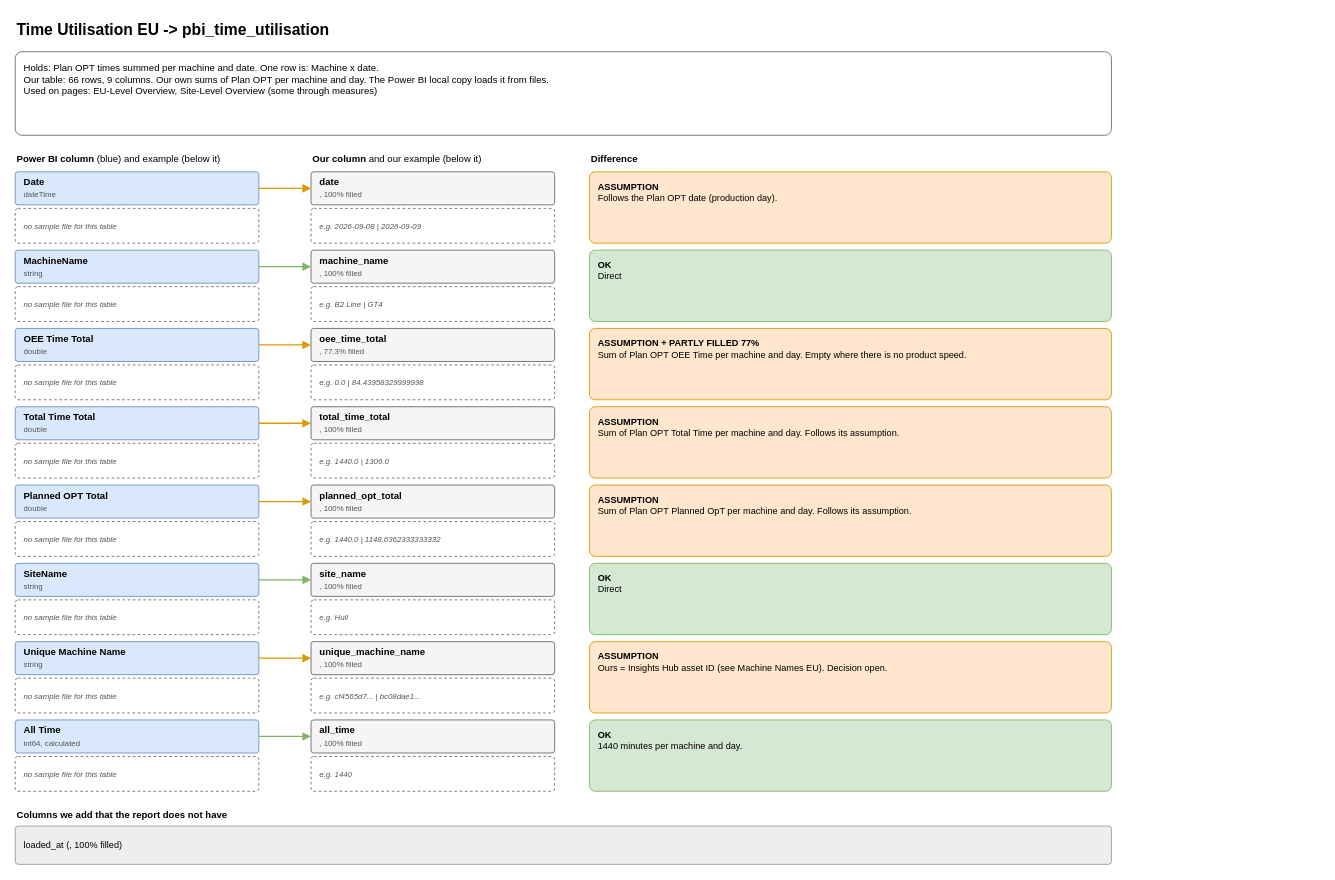
Before: page "4 Time Utilisation EU" (4 of 8) of diagrams/powerbi-data-map.drawio in AbiyyuMufti/SIH-IBMX-R, a draw.io diagram. Source tidied: cells renumbered, new cells numbered last; positions are measured from the earlier drawing's top-left corner, leaving out a move shared by most shapes. Both pictures are drawn from the tidied source at 87%, with x=0, y=0 at pixel (15, 15).
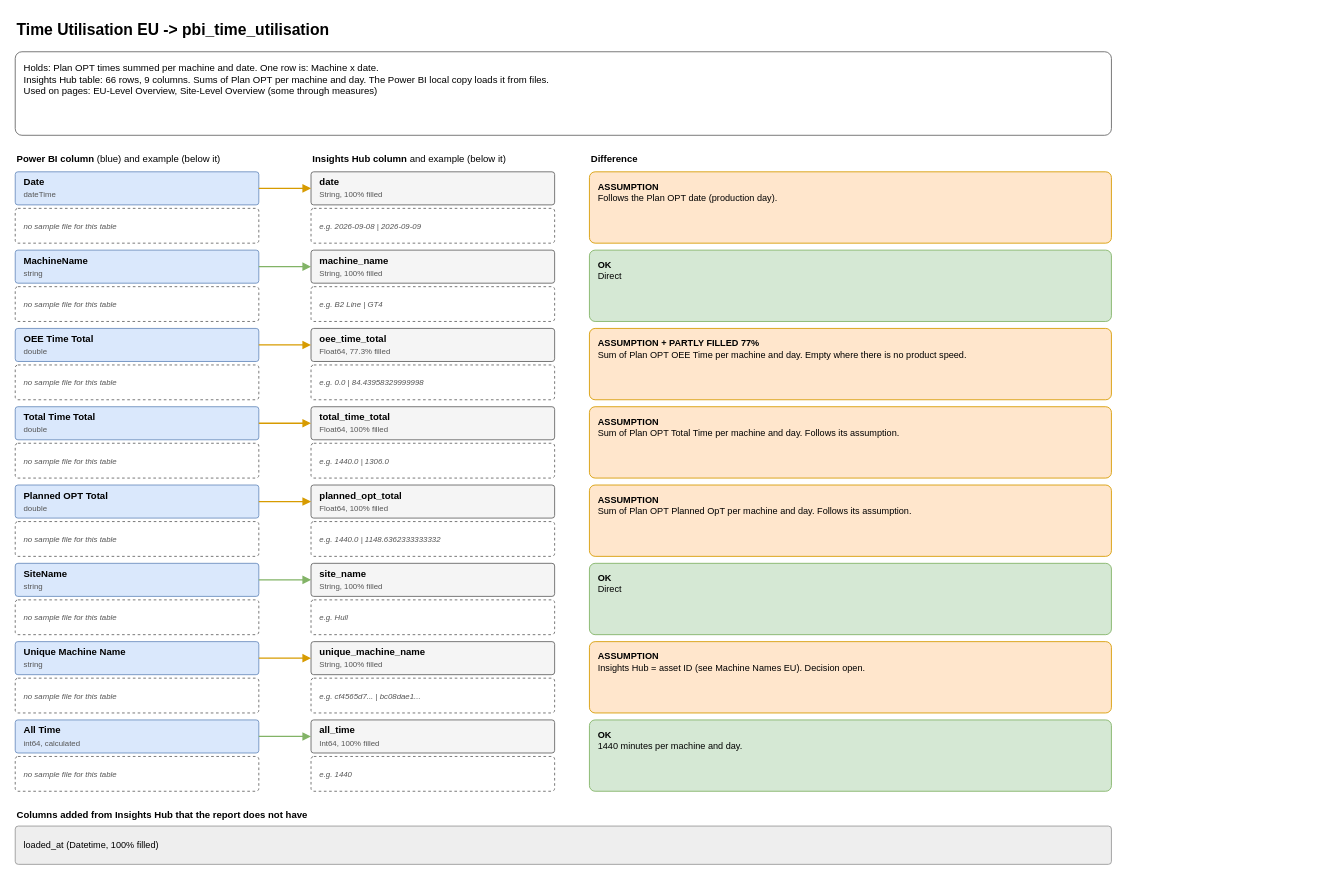
The same page after the edit.

Commit message (it also covers changes not shown here):
Diagram: say 'Insights Hub' instead of 'ours' and 'we'; fix the type names

Diff of the diagram source:
```diff
@@
-    <mxCell id="3" value="Holds: Plan OPT times summed per machine and date. One row is: Machine x date.&lt;br&gt;Our table: 66 rows, 9 columns. Our own sums of Plan OPT per machine and day. The Power BI local copy loads it from files.&lt;br&gt;Used on pages: EU-Level Overview, Site-Level Overview (some through measures)" style="rounded=1;whiteSpace=wrap;html=1;align=left;verticalAlign=middle;spacingLeft=8;spacingRight=6;spacingTop=2;spacingBottom=2;fontSize=11;arcSize=8;fillColor=#ffffff;strokeColor=#666666;verticalAlign=top;spacingTop=6;fontSize=11;" parent="1" vertex="1">
+    <mxCell id="3" value="Holds: Plan OPT times summed per machine and date. One row is: Machine x date.&lt;br&gt;Insights Hub table: 66 rows, 9 columns. Sums of Plan OPT per machine and day. The Power BI local copy loads it from files.&lt;br&gt;Used on pages: EU-Level Overview, Site-Level Overview (some through measures)" style="rounded=1;whiteSpace=wrap;html=1;align=left;verticalAlign=middle;spacingLeft=8;spacingRight=6;spacingTop=2;spacingBottom=2;fontSize=11;arcSize=8;fillColor=#ffffff;strokeColor=#666666;verticalAlign=top;spacingTop=6;fontSize=11;" parent="1" vertex="1">
       <mxGeometry y="42" width="1260" height="96" as="geometry" />
     </mxCell>
@@
-    <mxCell id="5" value="&lt;b&gt;Our column&lt;/b&gt; and our example (below it)" style="text;html=1;whiteSpace=wrap;align=left;verticalAlign=top;fontSize=12;fontSize=11;" parent="1" vertex="1">
+    <mxCell id="5" value="&lt;b&gt;Insights Hub column&lt;/b&gt; and example (below it)" style="text;html=1;whiteSpace=wrap;align=left;verticalAlign=top;fontSize=12;fontSize=11;" parent="1" vertex="1">
       <mxGeometry x="340" y="152" width="270" height="20" as="geometry" />
     </mxCell>
@@
-    <mxCell id="9" value="&lt;b&gt;date&lt;/b&gt;&lt;br&gt;&lt;font style=&quot;font-size:9px&quot; color=&quot;#555555&quot;&gt;, 100% filled&lt;/font&gt;" style="rounded=1;whiteSpace=wrap;html=1;align=left;verticalAlign=middle;spacingLeft=8;spacingRight=6;spacingTop=2;spacingBottom=2;fontSize=11;arcSize=8;fillColor=#f5f5f5;strokeColor=#666666;" parent="1" vertex="1">
+    <mxCell id="9" value="&lt;b&gt;date&lt;/b&gt;&lt;br&gt;&lt;font style=&quot;font-size:9px&quot; color=&quot;#555555&quot;&gt;String, 100% filled&lt;/font&gt;" style="rounded=1;whiteSpace=wrap;html=1;align=left;verticalAlign=middle;spacingLeft=8;spacingRight=6;spacingTop=2;spacingBottom=2;fontSize=11;arcSize=8;fillColor=#f5f5f5;strokeColor=#666666;" parent="1" vertex="1">
       <mxGeometry x="340" y="180" width="280" height="38" as="geometry" />
     </mxCell>
@@
-    <mxCell id="15" value="&lt;b&gt;machine_name&lt;/b&gt;&lt;br&gt;&lt;font style=&quot;font-size:9px&quot; color=&quot;#555555&quot;&gt;, 100% filled&lt;/font&gt;" style="rounded=1;whiteSpace=wrap;html=1;align=left;verticalAlign=middle;spacingLeft=8;spacingRight=6;spacingTop=2;spacingBottom=2;fontSize=11;arcSize=8;fillColor=#f5f5f5;strokeColor=#666666;" parent="1" vertex="1">
+    <mxCell id="15" value="&lt;b&gt;machine_name&lt;/b&gt;&lt;br&gt;&lt;font style=&quot;font-size:9px&quot; color=&quot;#555555&quot;&gt;String, 100% filled&lt;/font&gt;" style="rounded=1;whiteSpace=wrap;html=1;align=left;verticalAlign=middle;spacingLeft=8;spacingRight=6;spacingTop=2;spacingBottom=2;fontSize=11;arcSize=8;fillColor=#f5f5f5;strokeColor=#666666;" parent="1" vertex="1">
       <mxGeometry x="340" y="270" width="280" height="38" as="geometry" />
     </mxCell>
@@
-    <mxCell id="21" value="&lt;b&gt;oee_time_total&lt;/b&gt;&lt;br&gt;&lt;font style=&quot;font-size:9px&quot; color=&quot;#555555&quot;&gt;, 77.3% filled&lt;/font&gt;" style="rounded=1;whiteSpace=wrap;html=1;align=left;verticalAlign=middle;spacingLeft=8;spacingRight=6;spacingTop=2;spacingBottom=2;fontSize=11;arcSize=8;fillColor=#f5f5f5;strokeColor=#666666;" parent="1" vertex="1">
+    <mxCell id="21" value="&lt;b&gt;oee_time_total&lt;/b&gt;&lt;br&gt;&lt;font style=&quot;font-size:9px&quot; color=&quot;#555555&quot;&gt;Float64, 77.3% filled&lt;/font&gt;" style="rounded=1;whiteSpace=wrap;html=1;align=left;verticalAlign=middle;spacingLeft=8;spacingRight=6;spacingTop=2;spacingBottom=2;fontSize=11;arcSize=8;fillColor=#f5f5f5;strokeColor=#666666;" parent="1" vertex="1">
       <mxGeometry x="340" y="360" width="280" height="38" as="geometry" />
     </mxCell>
@@
-    <mxCell id="27" value="&lt;b&gt;total_time_total&lt;/b&gt;&lt;br&gt;&lt;font style=&quot;font-size:9px&quot; color=&quot;#555555&quot;&gt;, 100% filled&lt;/font&gt;" style="rounded=1;whiteSpace=wrap;html=1;align=left;verticalAlign=middle;spacingLeft=8;spacingRight=6;spacingTop=2;spacingBottom=2;fontSize=11;arcSize=8;fillColor=#f5f5f5;strokeColor=#666666;" parent="1" vertex="1">
+    <mxCell id="27" value="&lt;b&gt;total_time_total&lt;/b&gt;&lt;br&gt;&lt;font style=&quot;font-size:9px&quot; color=&quot;#555555&quot;&gt;Float64, 100% filled&lt;/font&gt;" style="rounded=1;whiteSpace=wrap;html=1;align=left;verticalAlign=middle;spacingLeft=8;spacingRight=6;spacingTop=2;spacingBottom=2;fontSize=11;arcSize=8;fillColor=#f5f5f5;strokeColor=#666666;" parent="1" vertex="1">
       <mxGeometry x="340" y="450" width="280" height="38" as="geometry" />
     </mxCell>
@@
-    <mxCell id="33" value="&lt;b&gt;planned_opt_total&lt;/b&gt;&lt;br&gt;&lt;font style=&quot;font-size:9px&quot; color=&quot;#555555&quot;&gt;, 100% filled&lt;/font&gt;" style="rounded=1;whiteSpace=wrap;html=1;align=left;verticalAlign=middle;spacingLeft=8;spacingRight=6;spacingTop=2;spacingBottom=2;fontSize=11;arcSize=8;fillColor=#f5f5f5;strokeColor=#666666;" parent="1" vertex="1">
+    <mxCell id="33" value="&lt;b&gt;planned_opt_total&lt;/b&gt;&lt;br&gt;&lt;font style=&quot;font-size:9px&quot; color=&quot;#555555&quot;&gt;Float64, 100% filled&lt;/font&gt;" style="rounded=1;whiteSpace=wrap;html=1;align=left;verticalAlign=middle;spacingLeft=8;spacingRight=6;spacingTop=2;spacingBottom=2;fontSize=11;arcSize=8;fillColor=#f5f5f5;strokeColor=#666666;" parent="1" vertex="1">
       <mxGeometry x="340" y="540" width="280" height="38" as="geometry" />
     </mxCell>
@@
-    <mxCell id="39" value="&lt;b&gt;site_name&lt;/b&gt;&lt;br&gt;&lt;font style=&quot;font-size:9px&quot; color=&quot;#555555&quot;&gt;, 100% filled&lt;/font&gt;" style="rounded=1;whiteSpace=wrap;html=1;align=left;verticalAlign=middle;spacingLeft=8;spacingRight=6;spacingTop=2;spacingBottom=2;fontSize=11;arcSize=8;fillColor=#f5f5f5;strokeColor=#666666;" parent="1" vertex="1">
+    <mxCell id="39" value="&lt;b&gt;site_name&lt;/b&gt;&lt;br&gt;&lt;font style=&quot;font-size:9px&quot; color=&quot;#555555&quot;&gt;String, 100% filled&lt;/font&gt;" style="rounded=1;whiteSpace=wrap;html=1;align=left;verticalAlign=middle;spacingLeft=8;spacingRight=6;spacingTop=2;spacingBottom=2;fontSize=11;arcSize=8;fillColor=#f5f5f5;strokeColor=#666666;" parent="1" vertex="1">
       <mxGeometry x="340" y="630" width="280" height="38" as="geometry" />
     </mxCell>
@@
-    <mxCell id="45" value="&lt;b&gt;unique_machine_name&lt;/b&gt;&lt;br&gt;&lt;font style=&quot;font-size:9px&quot; color=&quot;#555555&quot;&gt;, 100% filled&lt;/font&gt;" style="rounded=1;whiteSpace=wrap;html=1;align=left;verticalAlign=middle;spacingLeft=8;spacingRight=6;spacingTop=2;spacingBottom=2;fontSize=11;arcSize=8;fillColor=#f5f5f5;strokeColor=#666666;" parent="1" vertex="1">
+    <mxCell id="45" value="&lt;b&gt;unique_machine_name&lt;/b&gt;&lt;br&gt;&lt;font style=&quot;font-size:9px&quot; color=&quot;#555555&quot;&gt;String, 100% filled&lt;/font&gt;" style="rounded=1;whiteSpace=wrap;html=1;align=left;verticalAlign=middle;spacingLeft=8;spacingRight=6;spacingTop=2;spacingBottom=2;fontSize=11;arcSize=8;fillColor=#f5f5f5;strokeColor=#666666;" parent="1" vertex="1">
       <mxGeometry x="340" y="720" width="280" height="38" as="geometry" />
     </mxCell>
@@
-    <mxCell id="48" value="&lt;b&gt;ASSUMPTION&lt;/b&gt;&lt;br&gt;Ours = Insights Hub asset ID (see Machine Names EU). Decision open." style="rounded=1;whiteSpace=wrap;html=1;align=left;verticalAlign=middle;spacingLeft=8;spacingRight=6;spacingTop=2;spacingBottom=2;fontSize=11;arcSize=8;fillColor=#ffe6cc;strokeColor=#d79b00;verticalAlign=top;spacingTop=4;fontSize=10.5;" parent="1" vertex="1">
+    <mxCell id="48" value="&lt;b&gt;ASSUMPTION&lt;/b&gt;&lt;br&gt;Insights Hub = asset ID (see Machine Names EU). Decision open." style="rounded=1;whiteSpace=wrap;html=1;align=left;verticalAlign=middle;spacingLeft=8;spacingRight=6;spacingTop=2;spacingBottom=2;fontSize=11;arcSize=8;fillColor=#ffe6cc;strokeColor=#d79b00;verticalAlign=top;spacingTop=4;fontSize=10.5;" parent="1" vertex="1">
       <mxGeometry x="660" y="720" width="600" height="82" as="geometry" />
     </mxCell>
@@
-    <mxCell id="51" value="&lt;b&gt;all_time&lt;/b&gt;&lt;br&gt;&lt;font style=&quot;font-size:9px&quot; color=&quot;#555555&quot;&gt;, 100% filled&lt;/font&gt;" style="rounded=1;whiteSpace=wrap;html=1;align=left;verticalAlign=middle;spacingLeft=8;spacingRight=6;spacingTop=2;spacingBottom=2;fontSize=11;arcSize=8;fillColor=#f5f5f5;strokeColor=#666666;" parent="1" vertex="1">
+    <mxCell id="51" value="&lt;b&gt;all_time&lt;/b&gt;&lt;br&gt;&lt;font style=&quot;font-size:9px&quot; color=&quot;#555555&quot;&gt;Int64, 100% filled&lt;/font&gt;" style="rounded=1;whiteSpace=wrap;html=1;align=left;verticalAlign=middle;spacingLeft=8;spacingRight=6;spacingTop=2;spacingBottom=2;fontSize=11;arcSize=8;fillColor=#f5f5f5;strokeColor=#666666;" parent="1" vertex="1">
       <mxGeometry x="340" y="810" width="280" height="38" as="geometry" />
     </mxCell>
@@
-    <mxCell id="55" value="&lt;b&gt;Columns we add that the report does not have&lt;/b&gt;" style="text;html=1;whiteSpace=wrap;align=left;verticalAlign=top;fontSize=12;fontSize=11;" parent="1" vertex="1">
+    <mxCell id="55" value="&lt;b&gt;Columns added from Insights Hub that the report does not have&lt;/b&gt;" style="text;html=1;whiteSpace=wrap;align=left;verticalAlign=top;fontSize=12;fontSize=11;" parent="1" vertex="1">
       <mxGeometry y="906" width="1260" height="20" as="geometry" />
     </mxCell>
-    <mxCell id="56" value="loaded_at (, 100% filled)" style="rounded=1;whiteSpace=wrap;html=1;align=left;verticalAlign=middle;spacingLeft=8;spacingRight=6;spacingTop=2;spacingBottom=2;fontSize=11;arcSize=8;fillColor=#eeeeee;strokeColor=#999999;fontSize=10.5;" parent="1" vertex="1">
+    <mxCell id="56" value="loaded_at (Datetime, 100% filled)" style="rounded=1;whiteSpace=wrap;html=1;align=left;verticalAlign=middle;spacingLeft=8;spacingRight=6;spacingTop=2;spacingBottom=2;fontSize=11;arcSize=8;fillColor=#eeeeee;strokeColor=#999999;fontSize=10.5;" parent="1" vertex="1">
       <mxGeometry y="932" width="1260" height="44" as="geometry" />
     </mxCell>
```
